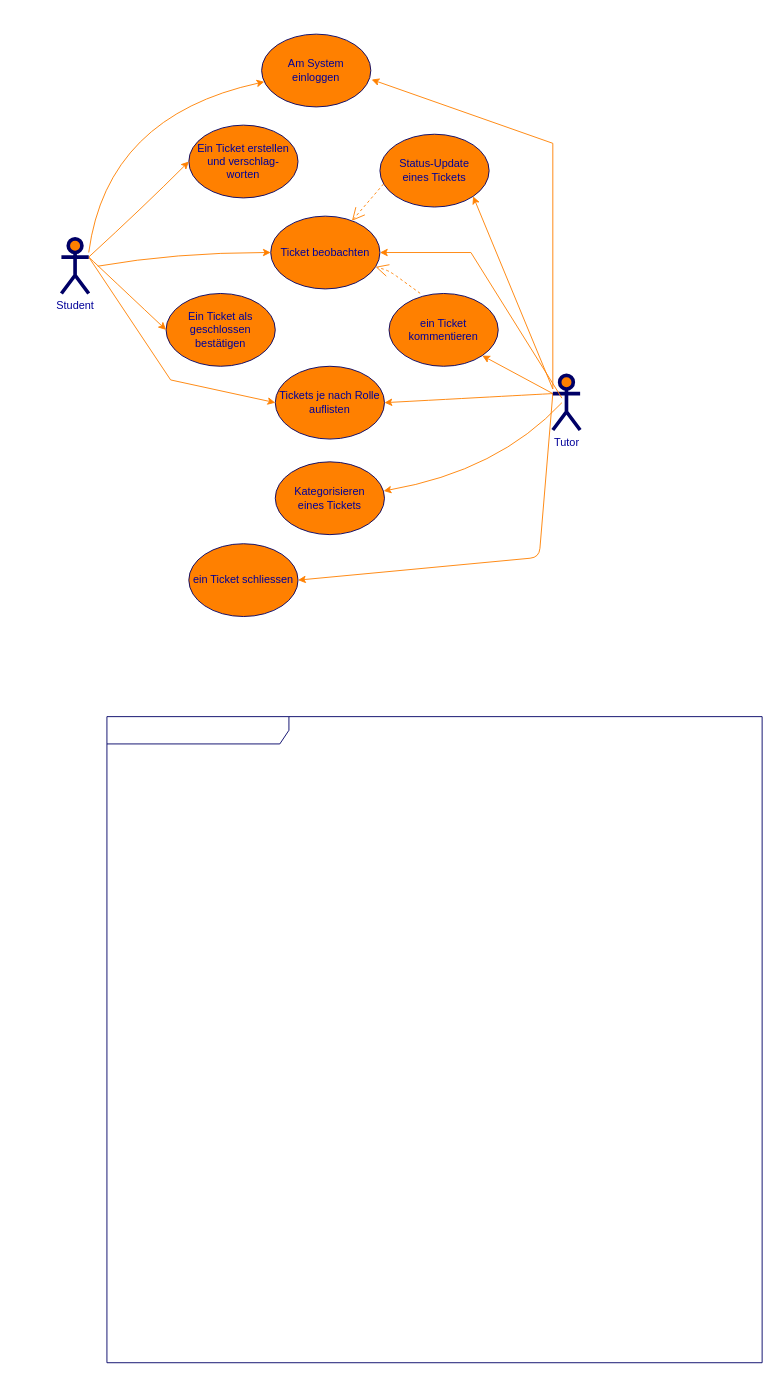
This is Korrektursystem.drawio from realcaptainsolaris/benkyonodo, a draw.io file, before an edit. Source tidied: cells renumbered, new cells numbered last; positions are measured from the earlier drawing's top-left corner, leaving out a move shared by most shapes. Both pictures are drawn from the tidied source at 91%, with x=0, y=0 at pixel (61, 34).
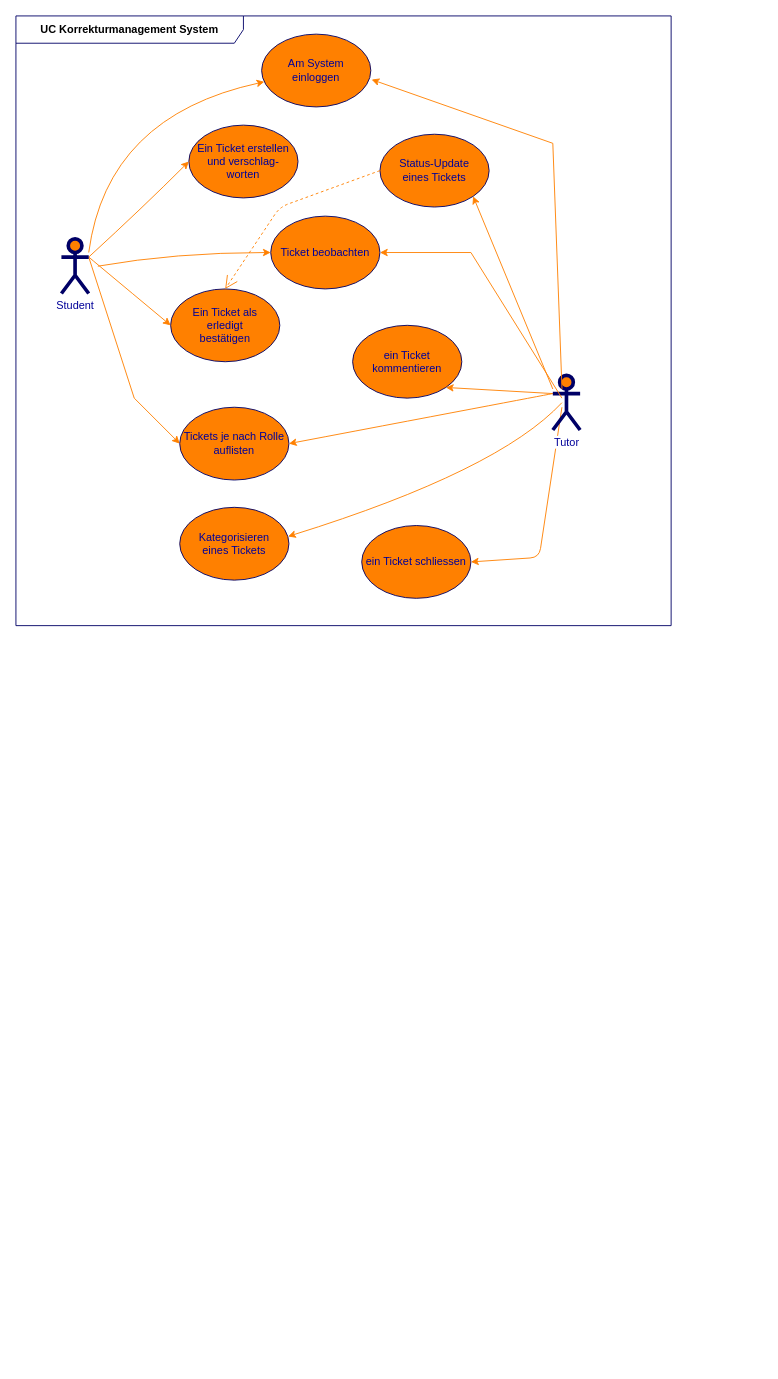
The same page after the edit.

The change refers to these unchanged cells:
```xml
<mxCell id="3" value="Ticket beobachten" style="ellipse;whiteSpace=wrap;html=1;fillColor=#FF8000;strokeColor=#000066;fontColor=#000099;" parent="1" vertex="1">
  <mxGeometry x="230" y="200" width="120" height="80" as="geometry" />
</mxCell>
<mxCell id="6" value="&lt;div&gt;Status-Update&lt;/div&gt;&lt;div&gt;eines Tickets&lt;br&gt;&lt;/div&gt;" style="ellipse;whiteSpace=wrap;html=1;fillColor=#FF8000;strokeColor=#000066;fontColor=#000099;" parent="1" vertex="1">
  <mxGeometry x="350" y="110" width="120" height="80" as="geometry" />
</mxCell>
<mxCell id="12" value="Student" style="shape=umlActor;verticalLabelPosition=bottom;labelBackgroundColor=#ffffff;verticalAlign=top;html=1;strokeWidth=4;fillColor=#FF8000;strokeColor=#000066;fontColor=#000099;" parent="1" vertex="1">
  <mxGeometry y="225" width="30" height="60" as="geometry" />
</mxCell>
<mxCell id="16" value="Tutor" style="shape=umlActor;verticalLabelPosition=bottom;labelBackgroundColor=#ffffff;verticalAlign=top;html=1;strokeWidth=4;fillColor=#FF8000;strokeColor=#000066;fontColor=#000099;" parent="1" vertex="1">
  <mxGeometry x="540" y="375" width="30" height="60" as="geometry" />
</mxCell>
<mxCell id="18" value="&lt;div&gt;Am System&lt;/div&gt;&lt;div&gt;einloggen&lt;br&gt;&lt;/div&gt;" style="ellipse;whiteSpace=wrap;html=1;fillColor=#FF8000;strokeColor=#000066;fontColor=#000099;" parent="1" vertex="1">
  <mxGeometry x="220" width="120" height="80" as="geometry" />
</mxCell>
```

Change to the diagram source:
```diff
@@
-    <mxCell id="4" value="&lt;div&gt;Ein Ticket als &lt;br&gt;&lt;/div&gt;&lt;div&gt;geschlossen &lt;br&gt;&lt;/div&gt;&lt;div&gt;bestätigen&lt;/div&gt;" style="ellipse;whiteSpace=wrap;html=1;fillColor=#FF8000;strokeColor=#000066;fontColor=#000099;" parent="1" vertex="1">
-      <mxGeometry x="115" y="285" width="120" height="80" as="geometry" />
+    <mxCell id="4" value="&lt;div&gt;Ein Ticket als &lt;br&gt;&lt;/div&gt;&lt;div&gt;erledigt&lt;br&gt;&lt;/div&gt;&lt;div&gt;bestätigen&lt;/div&gt;" style="ellipse;whiteSpace=wrap;html=1;fillColor=#FF8000;strokeColor=#000066;fontColor=#000099;" parent="1" vertex="1">
+      <mxGeometry x="120" y="280" width="120" height="80" as="geometry" />
     </mxCell>
     <mxCell id="5" value="&lt;div&gt;ein Ticket &lt;br&gt;&lt;/div&gt;&lt;div&gt;kommentieren&lt;/div&gt;" style="ellipse;whiteSpace=wrap;html=1;fillColor=#FF8000;strokeColor=#000066;fontColor=#000099;" parent="1" vertex="1">
-      <mxGeometry x="360" y="285" width="120" height="80" as="geometry" />
+      <mxGeometry x="320" y="320" width="120" height="80" as="geometry" />
     </mxCell>
@@
     <mxCell id="7" value="&lt;div&gt;Kategorisieren&lt;/div&gt;&lt;div&gt;eines Tickets&lt;br&gt;&lt;/div&gt;" style="ellipse;whiteSpace=wrap;html=1;fillColor=#FF8000;strokeColor=#000066;fontColor=#000099;" parent="1" vertex="1">
-      <mxGeometry x="235" y="470" width="120" height="80" as="geometry" />
+      <mxGeometry x="130" y="520" width="120" height="80" as="geometry" />
     </mxCell>
     <mxCell id="8" value="ein Ticket schliessen" style="ellipse;whiteSpace=wrap;html=1;fillColor=#FF8000;strokeColor=#000066;fontColor=#000099;" parent="1" vertex="1">
-      <mxGeometry x="140" y="560" width="120" height="80" as="geometry" />
+      <mxGeometry x="330" y="540" width="120" height="80" as="geometry" />
     </mxCell>
@@
     <mxCell id="10" style="rounded=0;html=1;exitX=1;exitY=0.3333333333333333;exitPerimeter=0;entryX=0;entryY=0.5;jettySize=auto;fontColor=#000099;strokeColor=#FF8000;" parent="1" edge="1" source="12" target="22">
       <mxGeometry relative="1" as="geometry">
         <Array as="points">
-          <mxPoint x="120" y="380" />
+          <mxPoint x="80" y="400" />
         </Array>
       </mxGeometry>
     </mxCell>
@@
-    <mxCell id="15" style="edgeStyle=none;rounded=1;html=1;exitX=0;exitY=0.3333333333333333;exitPerimeter=0;entryX=1;entryY=0.5;jettySize=auto;strokeColor=#FF8000;fontSize=14;fontColor=#000099;" parent="1" edge="1" source="16" target="8">
+    <mxCell id="15" style="edgeStyle=none;rounded=1;html=1;entryX=1;entryY=0.5;jettySize=auto;strokeColor=#FF8000;fontSize=14;fontColor=#000099;" parent="1" edge="1" target="8">
       <mxGeometry relative="1" as="geometry">
+        <mxPoint x="550" y="410" as="sourcePoint" />
         <Array as="points">
           <mxPoint x="525" y="575" />
         </Array>
       </mxGeometry>
     </mxCell>
@@
-    <mxCell id="17" value="&lt;div&gt;&lt;br&gt;&lt;/div&gt;&lt;div&gt;&lt;br&gt;&lt;/div&gt;" style="shape=umlFrame;whiteSpace=wrap;html=1;strokeWidth=1;fillColor=none;width=200;height=30;fontColor=#000099;strokeColor=#000066;" parent="1" vertex="1">
-      <mxGeometry x="50" y="750" width="720" height="710" as="geometry" />
+    <mxCell id="17" value="&lt;div&gt;&lt;br&gt;&lt;/div&gt;&lt;div&gt;&lt;br&gt;&lt;/div&gt;" style="shape=umlFrame;whiteSpace=wrap;html=1;strokeWidth=1;fillColor=none;width=250;height=30;fontColor=#000099;strokeColor=#000066;" parent="1" vertex="1">
+      <mxGeometry x="-50" y="-20" width="720" height="670" as="geometry" />
     </mxCell>
@@
-    <mxCell id="20" style="rounded=0;html=1;exitX=0;exitY=0.3333333333333333;exitPerimeter=0;entryX=1.007;entryY=0.624;jettySize=auto;fontColor=#000099;strokeColor=#FF8000;entryDx=0;entryDy=0;entryPerimeter=0;" parent="1" edge="1" target="18">
+    <mxCell id="20" style="rounded=0;html=1;exitX=0.335;exitY=0.247;exitPerimeter=0;entryX=1.007;entryY=0.624;jettySize=auto;fontColor=#000099;strokeColor=#FF8000;entryDx=0;entryDy=0;entryPerimeter=0;exitDx=0;exitDy=0;" parent="1" edge="1" source="16" target="18">
       <mxGeometry relative="1" as="geometry">
-        <mxPoint x="540" y="390" as="sourcePoint" />
         <Array as="points">
           <mxPoint x="540" y="120" />
         </Array>
       </mxGeometry>
     </mxCell>
@@
     <mxCell id="22" value="&lt;div&gt;Tickets je nach Rolle auflisten&lt;/div&gt;" style="ellipse;whiteSpace=wrap;html=1;fillColor=#FF8000;strokeColor=#000066;fontColor=#000099;" parent="1" vertex="1">
-      <mxGeometry x="235" y="365" width="120" height="80" as="geometry" />
+      <mxGeometry x="130" y="410" width="120" height="80" as="geometry" />
     </mxCell>
@@
-    <mxCell id="25" style="endArrow=open;endSize=12;dashed=1;html=1;exitX=0.032;exitY=0.685;fontColor=#000099;strokeColor=#FF8000;exitDx=0;exitDy=0;exitPerimeter=0;" parent="1" edge="1" source="6" target="3">
-      <mxGeometry relative="1" as="geometry" />
-    </mxCell>
@@
-    <mxCell id="27" style="endArrow=open;endSize=12;dashed=1;html=1;exitX=0.285;exitY=-0.002;fontColor=#000099;strokeColor=#FF8000;exitDx=0;exitDy=0;exitPerimeter=0;" parent="1" edge="1" source="5" target="3">
-      <mxGeometry relative="1" as="geometry">
-        <Array as="points">
-          <mxPoint x="360" y="260" />
-        </Array>
-      </mxGeometry>
-    </mxCell>
+    <mxCell id="28" style="endArrow=open;endSize=12;dashed=1;html=1;exitX=0;exitY=0.5;fontColor=#000099;strokeColor=#FF8000;exitDx=0;exitDy=0;entryX=0.5;entryY=0;entryDx=0;entryDy=0;" parent="1" edge="1" source="6" target="4">
+      <mxGeometry relative="1" as="geometry">
+        <Array as="points">
+          <mxPoint x="240" y="190" />
+        </Array>
+      </mxGeometry>
+    </mxCell>
+    <mxCell id="29" value="&lt;b&gt;UC Korrekturmanagement System&lt;/b&gt;" style="text;strokeColor=none;align=center;fillColor=none;html=1;verticalAlign=middle;whiteSpace=wrap;rounded=0;" parent="1" vertex="1">
+      <mxGeometry x="-30" y="-20" width="210" height="30" as="geometry" />
+    </mxCell>
```
